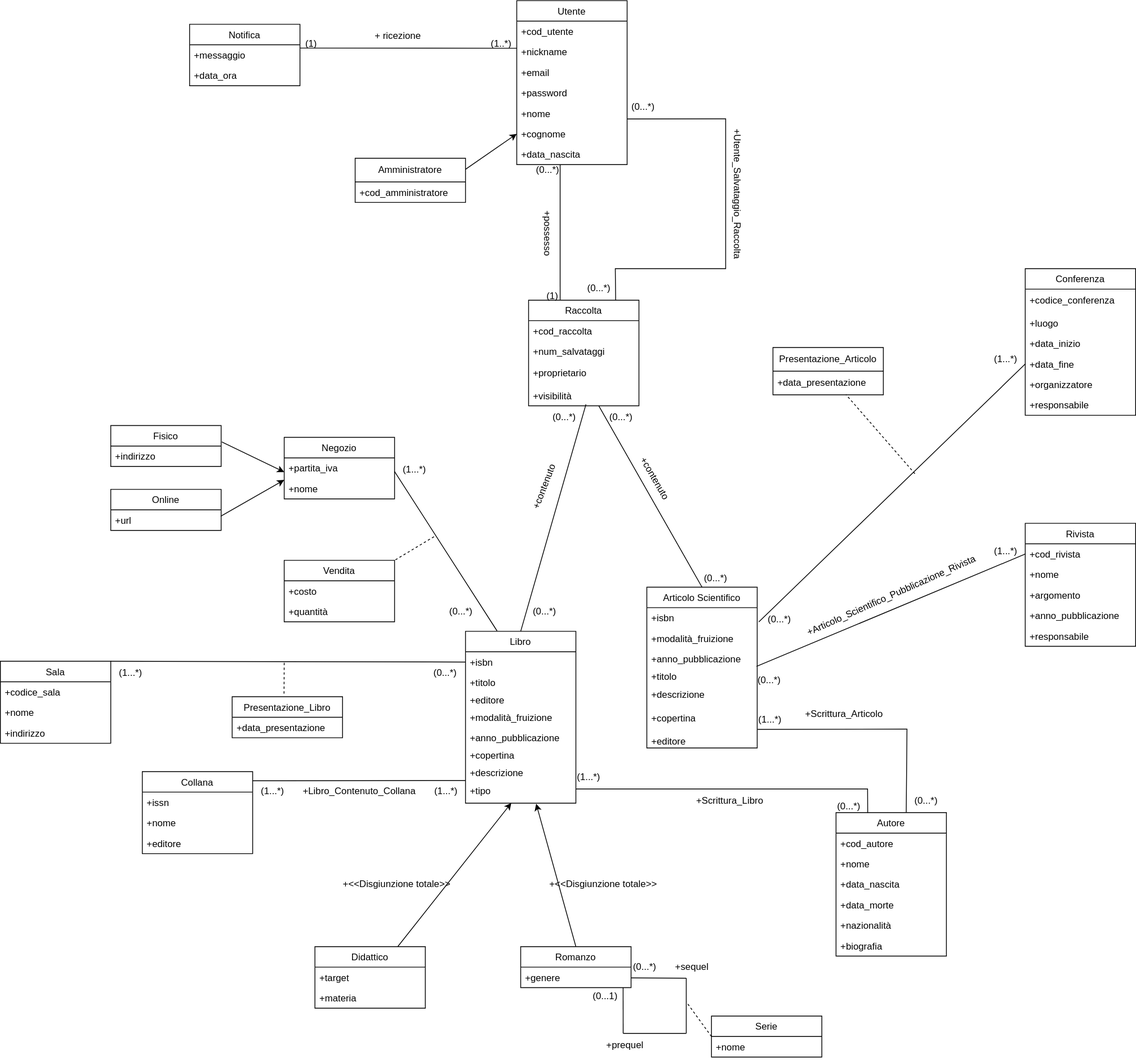
Before: progettazione_concettuale/Modello_Concettuale.drawio.svg, a diagram exported from draw.io (m3tt0/Progetto_OB_BASI). Source tidied: cells renumbered, new cells last; positions are measured from the earlier drawing's top-left corner, leaving out a move shared by most shapes.
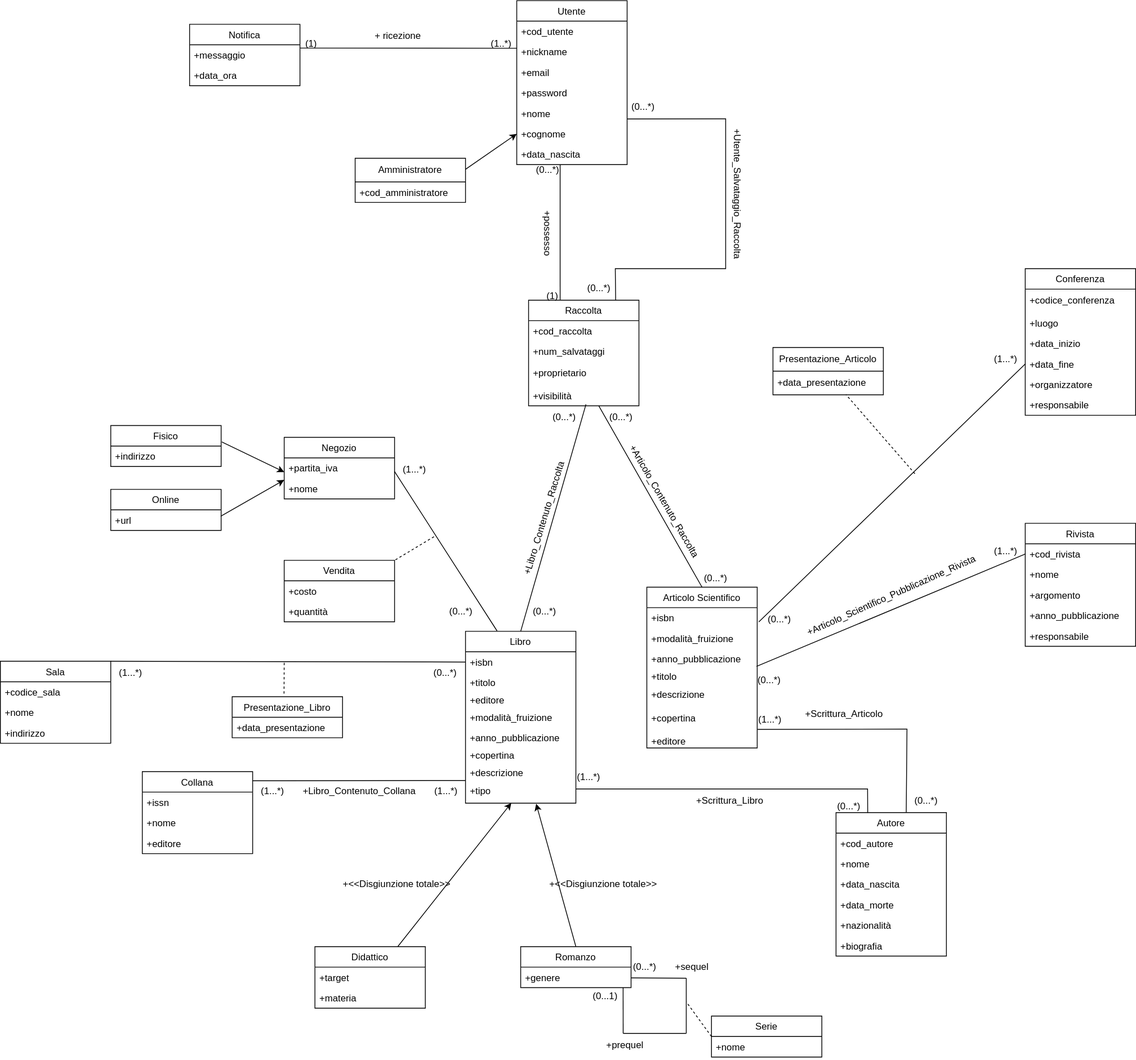
After the commit.

Change to the diagram source:
```diff
@@ -313,8 +313,8 @@
     <mxCell id="100" value="+data_nascita" style="text;strokeColor=none;fillColor=none;align=left;verticalAlign=top;spacingLeft=4;spacingRight=4;overflow=hidden;points=[[0,0.5],[1,0.5]];portConstraint=eastwest;" parent="93" vertex="1">
       <mxGeometry y="182" width="140" height="26" as="geometry" />
     </mxCell>
-    <mxCell id="101" value="+contenuto" style="text;html=1;align=center;verticalAlign=middle;strokeColor=none;fillColor=none;rotation=291;" parent="1" vertex="1">
-      <mxGeometry x="650" y="602" width="80" height="30" as="geometry" />
+    <mxCell id="101" value="+Libro_Contenuto_Raccolta" style="text;html=1;align=center;verticalAlign=middle;strokeColor=none;fillColor=none;rotation=287;" parent="1" vertex="1">
+      <mxGeometry x="600" y="642" width="180" height="30" as="geometry" />
     </mxCell>
     <mxCell id="102" style="endArrow=none;html=1;rounded=0;entryX=0.286;entryY=-0.003;entryDx=0;entryDy=0;entryPerimeter=0;exitX=0.393;exitY=1.004;exitDx=0;exitDy=0;exitPerimeter=0;" parent="1" edge="1" source="100" target="87">
       <mxGeometry relative="1" as="geometry" />
@@ -380,8 +380,8 @@
     <mxCell id="120" value="+ ricezione" style="text;html=1;align=center;verticalAlign=middle;strokeColor=none;fillColor=none;rotation=0;" parent="1" vertex="1">
       <mxGeometry x="464" y="30" width="80" height="30" as="geometry" />
     </mxCell>
-    <mxCell id="121" value="+contenuto" style="text;html=1;align=center;verticalAlign=middle;strokeColor=none;fillColor=none;rotation=60;" parent="1" vertex="1">
-      <mxGeometry x="790" y="591" width="80" height="30" as="geometry" />
+    <mxCell id="121" value="+Articolo_Contenuto_Raccolta" style="text;html=1;align=center;verticalAlign=middle;strokeColor=none;fillColor=none;rotation=60;" parent="1" vertex="1">
+      <mxGeometry x="747" y="620" width="190" height="30" as="geometry" />
     </mxCell>
     <mxCell id="122" value="(0...*)" style="text;html=1;align=center;verticalAlign=middle;strokeColor=none;fillColor=none;" parent="1" vertex="1">
       <mxGeometry x="762" y="514" width="50" height="30" as="geometry" />
```
